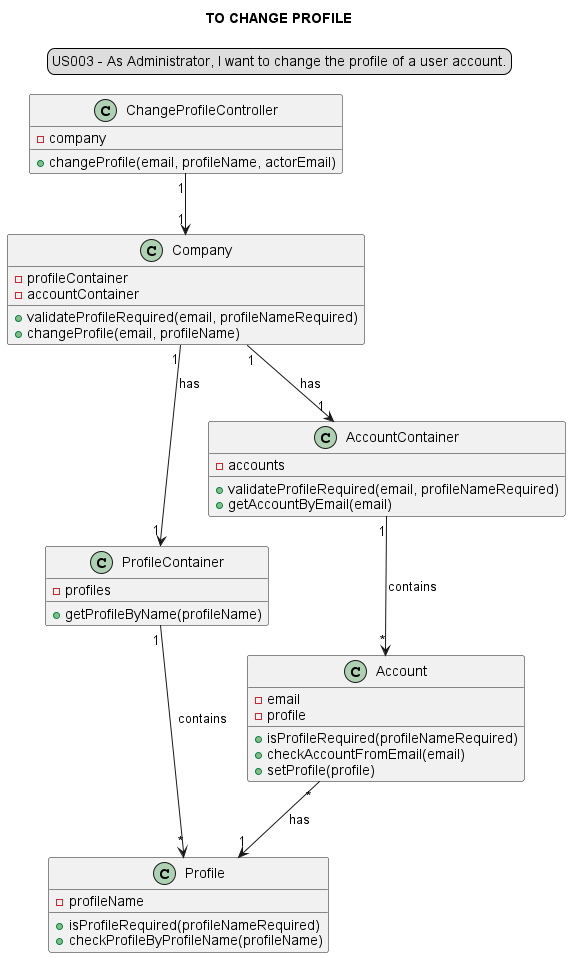
Before: docs/modelling_design/user_stories/sprint01/us003/US003_classDiagram-TO_CHANGE_PROFILE.png, a diagram exported from PlantUML (Loracline/project_switch_22-23).
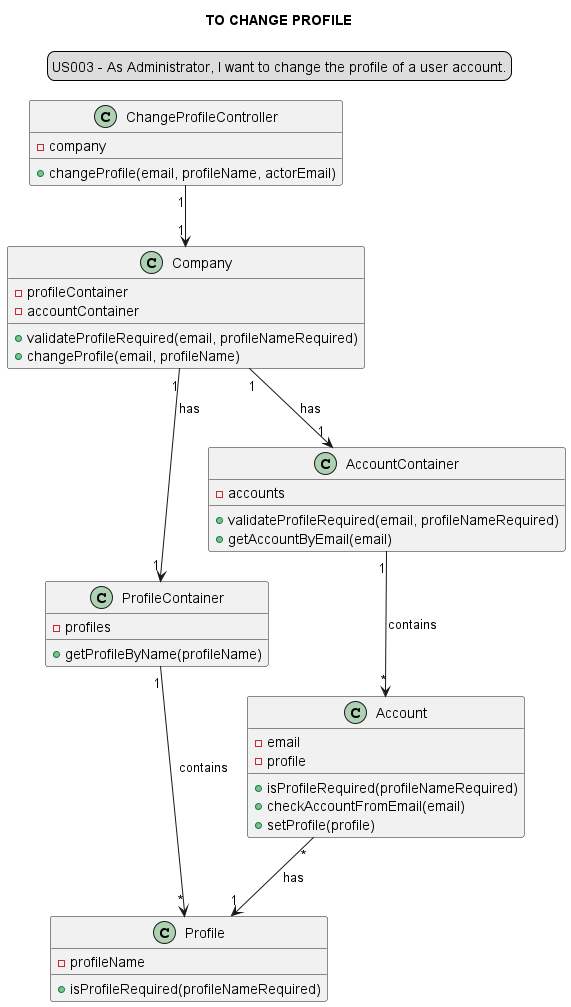
After the commit.

Commit message:
US03: Design: Refinement of class diagram and sequence diagram

Change to the diagram source:
```diff
@@ -40,7 +40,6 @@
 class Profile{
 -profileName
 + isProfileRequired(profileNameRequired)
-+ checkProfileByProfileName(profileName)
 }
 
 
```
